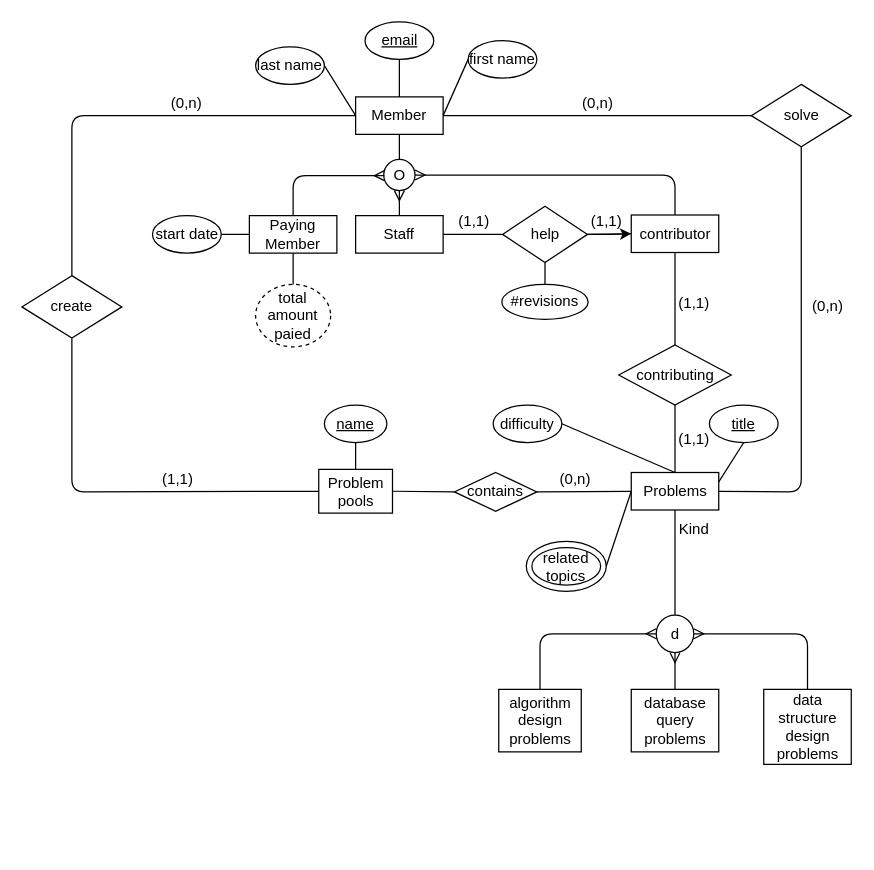
This is Untitled Diagram.drawio from tianzehu/PA-and-Section-Writeups, a draw.io file, before an edit. Source tidied: cells renumbered, new cells numbered last; positions are measured from the earlier drawing's top-left corner, leaving out a move shared by most shapes. Both pictures are drawn from the tidied source at 125%, with x=0, y=0 at pixel (21, 21).
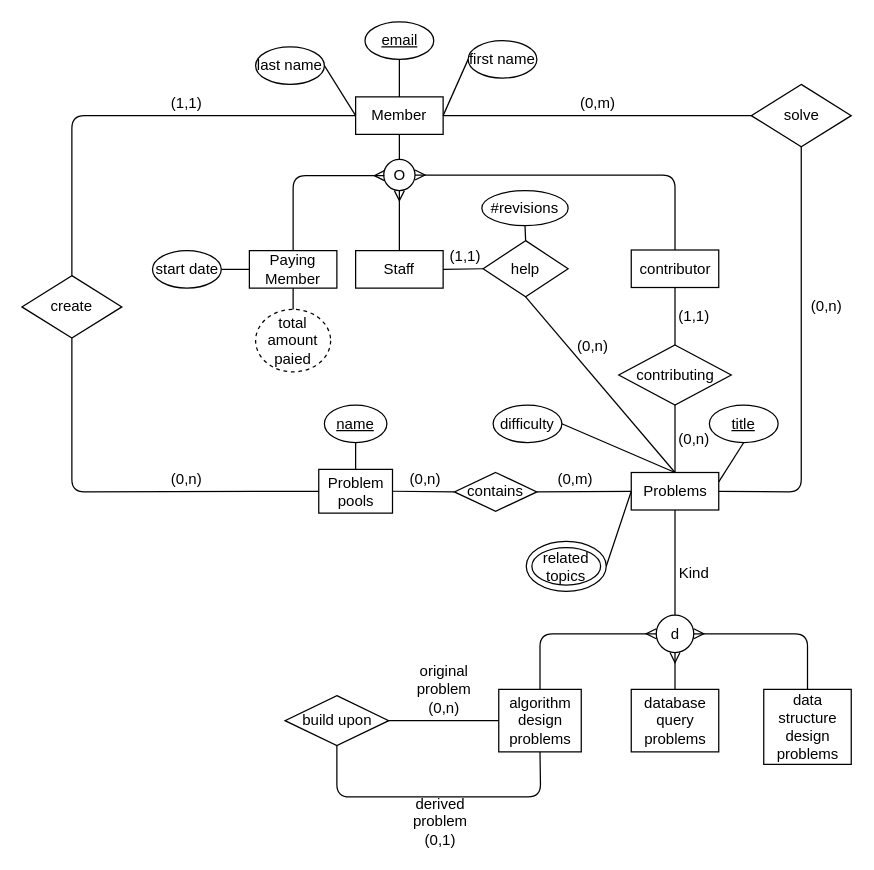
The same diagram, later.

The change refers to these unchanged cells:
```xml
<mxCell id="3" value="Problems" style="rounded=0;whiteSpace=wrap;html=1;" parent="1" vertex="1">
  <mxGeometry x="487.5" y="360.5" width="70" height="30" as="geometry" />
</mxCell>
<mxCell id="44" value="algorithm design problems" style="rounded=0;whiteSpace=wrap;html=1;strokeColor=#000000;" parent="1" vertex="1">
  <mxGeometry x="381.5" y="534" width="66" height="50" as="geometry" />
</mxCell>
```

Diff of the diagram source:
```diff
@@
     <mxCell id="11" value="Staff" style="rounded=0;whiteSpace=wrap;html=1;" parent="1" vertex="1">
-      <mxGeometry x="267" y="155" width="70" height="30" as="geometry" />
+      <mxGeometry x="267" y="183" width="70" height="30" as="geometry" />
     </mxCell>
     <mxCell id="12" value="Paying&lt;br&gt;Member" style="rounded=0;whiteSpace=wrap;html=1;" parent="1" vertex="1">
-      <mxGeometry x="182" y="155" width="70" height="30" as="geometry" />
+      <mxGeometry x="182" y="183" width="70" height="30" as="geometry" />
     </mxCell>
@@
     <mxCell id="19" value="start date" style="ellipse;whiteSpace=wrap;html=1;" parent="1" vertex="1">
-      <mxGeometry x="104.5" y="155" width="55" height="30" as="geometry" />
+      <mxGeometry x="104.5" y="183" width="55" height="30" as="geometry" />
     </mxCell>
@@
     <mxCell id="21" value="total amount paied" style="ellipse;whiteSpace=wrap;html=1;dashed=1;" parent="1" vertex="1">
-      <mxGeometry x="187" y="210" width="60" height="50" as="geometry" />
+      <mxGeometry x="187" y="230" width="60" height="50" as="geometry" />
     </mxCell>
@@
     <mxCell id="27" value="contributor" style="rounded=0;whiteSpace=wrap;html=1;direction=west;" parent="1" vertex="1">
-      <mxGeometry x="487.5" y="154.5" width="70" height="30" as="geometry" />
+      <mxGeometry x="487.5" y="182.5" width="70" height="30" as="geometry" />
     </mxCell>
@@
-    <mxCell id="31" style="edgeStyle=orthogonalEdgeStyle;rounded=1;jettySize=auto;html=1;" parent="1" edge="1" source="32" target="27">
-      <mxGeometry relative="1" as="geometry" />
-    </mxCell>
     <mxCell id="32" value="help" style="rhombus;whiteSpace=wrap;html=1;strokeColor=#000000;" parent="1" vertex="1">
-      <mxGeometry x="384.5" y="147.5" width="68" height="45" as="geometry" />
+      <mxGeometry x="369" y="175" width="68" height="45" as="geometry" />
     </mxCell>
@@
-    <mxCell id="34" style="endArrow=none;html=1;entryX=1;entryY=0.5;entryDx=0;entryDy=0;exitX=1;exitY=0.5;exitDx=0;exitDy=0;" parent="1" edge="1" source="32" target="27">
-      <mxGeometry relative="1" as="geometry" />
-    </mxCell>
@@
     <mxCell id="38" value="#revisions" style="ellipse;whiteSpace=wrap;html=1;" parent="1" vertex="1">
-      <mxGeometry x="384" y="210" width="69" height="28" as="geometry" />
+      <mxGeometry x="368" y="135" width="69" height="28" as="geometry" />
     </mxCell>
-    <mxCell id="39" style="endArrow=none;html=1;entryX=0.5;entryY=1;entryDx=0;entryDy=0;exitX=0.5;exitY=0;exitDx=0;exitDy=0;" parent="1" edge="1" source="38" target="32">
+    <mxCell id="39" style="endArrow=none;html=1;entryX=0.5;entryY=0;entryDx=0;entryDy=0;exitX=0.5;exitY=1;exitDx=0;exitDy=0;" parent="1" edge="1" source="38" target="32">
       <mxGeometry relative="1" as="geometry" />
     </mxCell>
@@
     <mxCell id="42" value="Kind" style="text;html=1;strokeColor=none;fillColor=none;align=center;verticalAlign=middle;whiteSpace=wrap;rounded=0;" parent="1" vertex="1">
-      <mxGeometry x="517.5" y="395.5" width="40" height="20" as="geometry" />
+      <mxGeometry x="517.5" y="430.5" width="40" height="20" as="geometry" />
     </mxCell>
@@
-    <mxCell id="51" value="(1,1)" style="text;html=1;strokeColor=none;fillColor=none;align=center;verticalAlign=middle;whiteSpace=wrap;rounded=0;" parent="1" vertex="1">
-      <mxGeometry x="341.5" y="150" width="40" height="20" as="geometry" />
-    </mxCell>
-    <mxCell id="52" value="(1,1)" style="text;html=1;strokeColor=none;fillColor=none;align=center;verticalAlign=middle;whiteSpace=wrap;rounded=0;" parent="1" vertex="1">
-      <mxGeometry x="447.5" y="149.5" width="40" height="20" as="geometry" />
-    </mxCell>
-    <mxCell id="53" value="(0,n)" style="text;html=1;strokeColor=none;fillColor=none;align=center;verticalAlign=middle;whiteSpace=wrap;rounded=0;" parent="1" vertex="1">
+    <mxCell id="53" value="(0,m)" style="text;html=1;strokeColor=none;fillColor=none;align=center;verticalAlign=middle;whiteSpace=wrap;rounded=0;" parent="1" vertex="1">
       <mxGeometry x="440.5" y="55" width="40" height="20" as="geometry" />
     </mxCell>
     <mxCell id="54" value="(0,n)" style="text;html=1;strokeColor=none;fillColor=none;align=center;verticalAlign=middle;whiteSpace=wrap;rounded=0;" parent="1" vertex="1">
-      <mxGeometry x="624.5" y="218" width="40" height="20" as="geometry" />
+      <mxGeometry x="623.5" y="218" width="40" height="20" as="geometry" />
     </mxCell>
     <mxCell id="55" value="(1,1)" style="text;html=1;strokeColor=none;fillColor=none;align=center;verticalAlign=middle;whiteSpace=wrap;rounded=0;" parent="1" vertex="1">
-      <mxGeometry x="517.5" y="215" width="40" height="20" as="geometry" />
+      <mxGeometry x="517.5" y="225.5" width="40" height="20" as="geometry" />
     </mxCell>
-    <mxCell id="56" value="(1,1)" style="text;html=1;strokeColor=none;fillColor=none;align=center;verticalAlign=middle;whiteSpace=wrap;rounded=0;" parent="1" vertex="1">
+    <mxCell id="56" value="(0,n)" style="text;html=1;strokeColor=none;fillColor=none;align=center;verticalAlign=middle;whiteSpace=wrap;rounded=0;" parent="1" vertex="1">
       <mxGeometry x="517.5" y="323.5" width="40" height="20" as="geometry" />
     </mxCell>
@@
     <mxCell id="63" value="(0,n)" style="text;html=1;strokeColor=none;fillColor=none;align=center;verticalAlign=middle;whiteSpace=wrap;rounded=0;" parent="1" vertex="1">
-      <mxGeometry x="112" y="55" width="40" height="20" as="geometry" />
+      <mxGeometry x="112" y="355.5" width="40" height="20" as="geometry" />
     </mxCell>
     <mxCell id="64" value="(1,1)" style="text;html=1;strokeColor=none;fillColor=none;align=center;verticalAlign=middle;whiteSpace=wrap;rounded=0;" parent="1" vertex="1">
-      <mxGeometry x="104.5" y="355.5" width="40" height="20" as="geometry" />
+      <mxGeometry x="112" y="55" width="40" height="20" as="geometry" />
     </mxCell>
@@
-    <mxCell id="68" value="(0,n)" style="text;html=1;strokeColor=none;fillColor=none;align=center;verticalAlign=middle;whiteSpace=wrap;rounded=0;" parent="1" vertex="1">
+    <mxCell id="68" value="(0,m)" style="text;html=1;strokeColor=none;fillColor=none;align=center;verticalAlign=middle;whiteSpace=wrap;rounded=0;" parent="1" vertex="1">
       <mxGeometry x="423" y="356" width="40" height="20" as="geometry" />
     </mxCell>
+    <mxCell id="69" style="endArrow=none;html=1;entryX=0;entryY=0.5;entryDx=0;entryDy=0;exitX=1;exitY=0.5;exitDx=0;exitDy=0;" parent="1" edge="1" source="70" target="44">
+      <mxGeometry relative="1" as="geometry" />
+    </mxCell>
+    <mxCell id="70" value="build upon" style="rhombus;whiteSpace=wrap;html=1;" parent="1" vertex="1">
+      <mxGeometry x="210.5" y="539" width="83" height="40" as="geometry" />
+    </mxCell>
+    <mxCell id="71" style="endArrow=none;html=1;entryX=0.5;entryY=1;entryDx=0;entryDy=0;exitX=0.5;exitY=1;exitDx=0;exitDy=0;" parent="1" edge="1" source="44" target="70">
+      <mxGeometry relative="1" as="geometry">
+        <Array as="points">
+          <mxPoint x="415" y="620" />
+          <mxPoint x="252" y="620" />
+        </Array>
+      </mxGeometry>
+    </mxCell>
+    <mxCell id="72" value="derived problem (0,1)" style="text;html=1;strokeColor=none;fillColor=none;align=center;verticalAlign=middle;whiteSpace=wrap;rounded=0;" parent="1" vertex="1">
+      <mxGeometry x="314.5" y="630" width="40" height="20" as="geometry" />
+    </mxCell>
+    <mxCell id="73" value="original problem (0,n)" style="text;html=1;strokeColor=none;fillColor=none;align=center;verticalAlign=middle;whiteSpace=wrap;rounded=0;" parent="1" vertex="1">
+      <mxGeometry x="317.5" y="524" width="40" height="20" as="geometry" />
+    </mxCell>
+    <mxCell id="74" style="endArrow=none;html=1;entryX=0.5;entryY=1;entryDx=0;entryDy=0;exitX=0.5;exitY=0;exitDx=0;exitDy=0;" parent="1" edge="1" source="3" target="32">
+      <mxGeometry relative="1" as="geometry" />
+    </mxCell>
+    <mxCell id="75" value="(1,1)" style="text;html=1;strokeColor=none;fillColor=none;align=center;verticalAlign=middle;whiteSpace=wrap;rounded=0;" parent="1" vertex="1">
+      <mxGeometry x="334.5" y="178" width="40" height="20" as="geometry" />
+    </mxCell>
+    <mxCell id="76" value="(0,n)" style="text;html=1;strokeColor=none;fillColor=none;align=center;verticalAlign=middle;whiteSpace=wrap;rounded=0;" parent="1" vertex="1">
+      <mxGeometry x="437" y="249.5" width="40" height="20" as="geometry" />
+    </mxCell>
+    <mxCell id="77" value="(0,n)" style="text;html=1;strokeColor=none;fillColor=none;align=center;verticalAlign=middle;whiteSpace=wrap;rounded=0;" parent="1" vertex="1">
+      <mxGeometry x="303" y="356" width="40" height="20" as="geometry" />
+    </mxCell>
```
